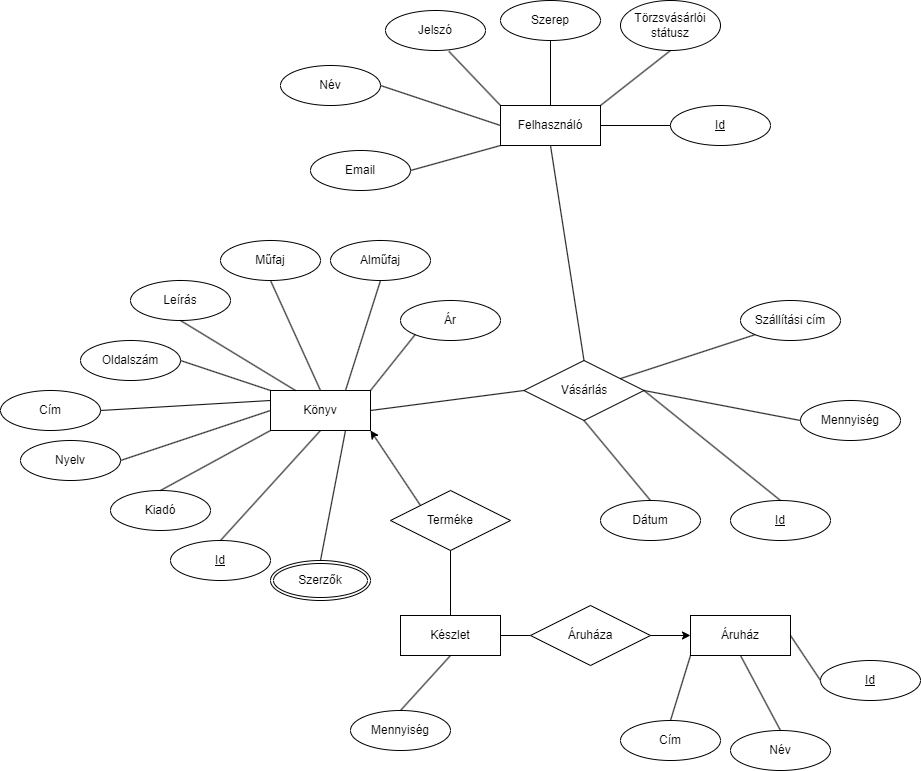
ajudge00/Adatb-alapu-projekt keeps this draw.io diagram as merfoldko01 doku/EK.png. Above is the earlier version. Source tidied: cells renumbered, new cells last; positions are measured from the earlier drawing's top-left corner, leaving out a move shared by most shapes.
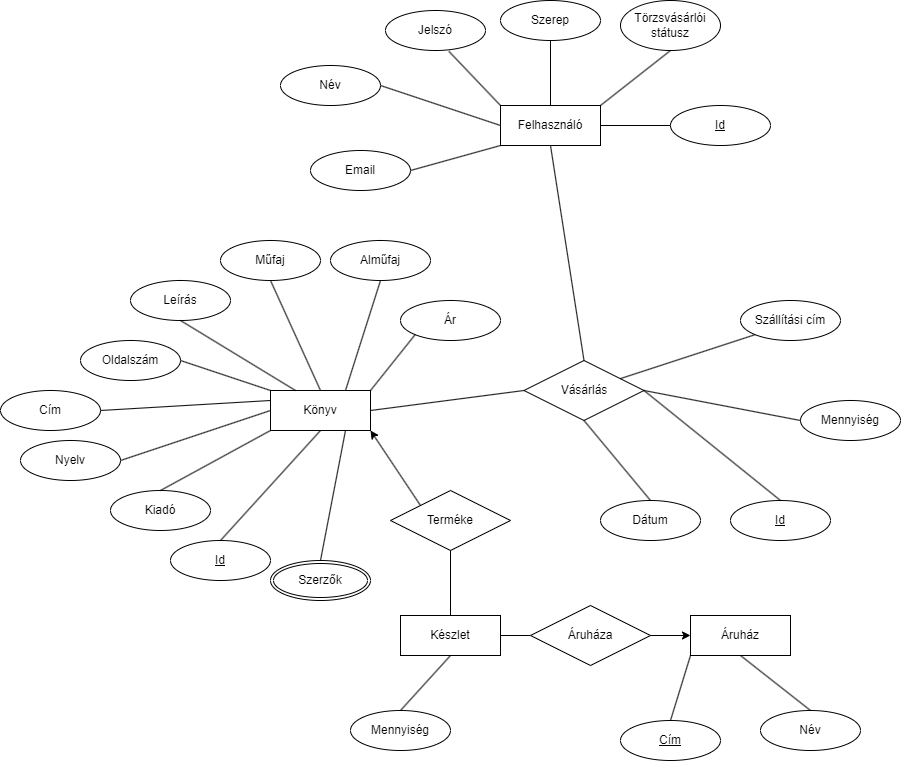
The same file after the commit.

Diff of the diagram source:
```diff
@@ -62,19 +62,13 @@
     <mxCell id="21" value="Áruház" style="whiteSpace=wrap;html=1;align=center;" parent="1" vertex="1">
       <mxGeometry x="690" y="615" width="100" height="40" as="geometry" />
     </mxCell>
-    <mxCell id="22" value="Id" style="ellipse;whiteSpace=wrap;html=1;align=center;fontStyle=4;" parent="1" vertex="1">
-      <mxGeometry x="820" y="660" width="100" height="40" as="geometry" />
-    </mxCell>
-    <mxCell id="23" style="endArrow=none;html=1;rounded=0;exitX=1;exitY=0.5;exitDx=0;exitDy=0;entryX=0;entryY=0.5;entryDx=0;entryDy=0;" parent="1" edge="1" source="21" target="22">
-      <mxGeometry relative="1" as="geometry" />
-    </mxCell>
     <mxCell id="24" value="Név" style="ellipse;whiteSpace=wrap;html=1;align=center;" parent="1" vertex="1">
-      <mxGeometry x="730" y="730" width="100" height="40" as="geometry" />
+      <mxGeometry x="760" y="710" width="100" height="40" as="geometry" />
     </mxCell>
     <mxCell id="25" style="endArrow=none;html=1;rounded=0;exitX=0.5;exitY=1;exitDx=0;exitDy=0;entryX=0.5;entryY=0;entryDx=0;entryDy=0;" parent="1" edge="1" source="21" target="24">
       <mxGeometry relative="1" as="geometry" />
     </mxCell>
-    <mxCell id="26" value="Cím" style="ellipse;whiteSpace=wrap;html=1;align=center;" parent="1" vertex="1">
+    <mxCell id="26" value="&lt;u&gt;Cím&lt;/u&gt;" style="ellipse;whiteSpace=wrap;html=1;align=center;" parent="1" vertex="1">
       <mxGeometry x="620" y="720" width="100" height="40" as="geometry" />
     </mxCell>
     <mxCell id="27" style="endArrow=none;html=1;rounded=0;entryX=0.5;entryY=0;entryDx=0;entryDy=0;exitX=0;exitY=1;exitDx=0;exitDy=0;" parent="1" edge="1" source="21" target="26">
```
